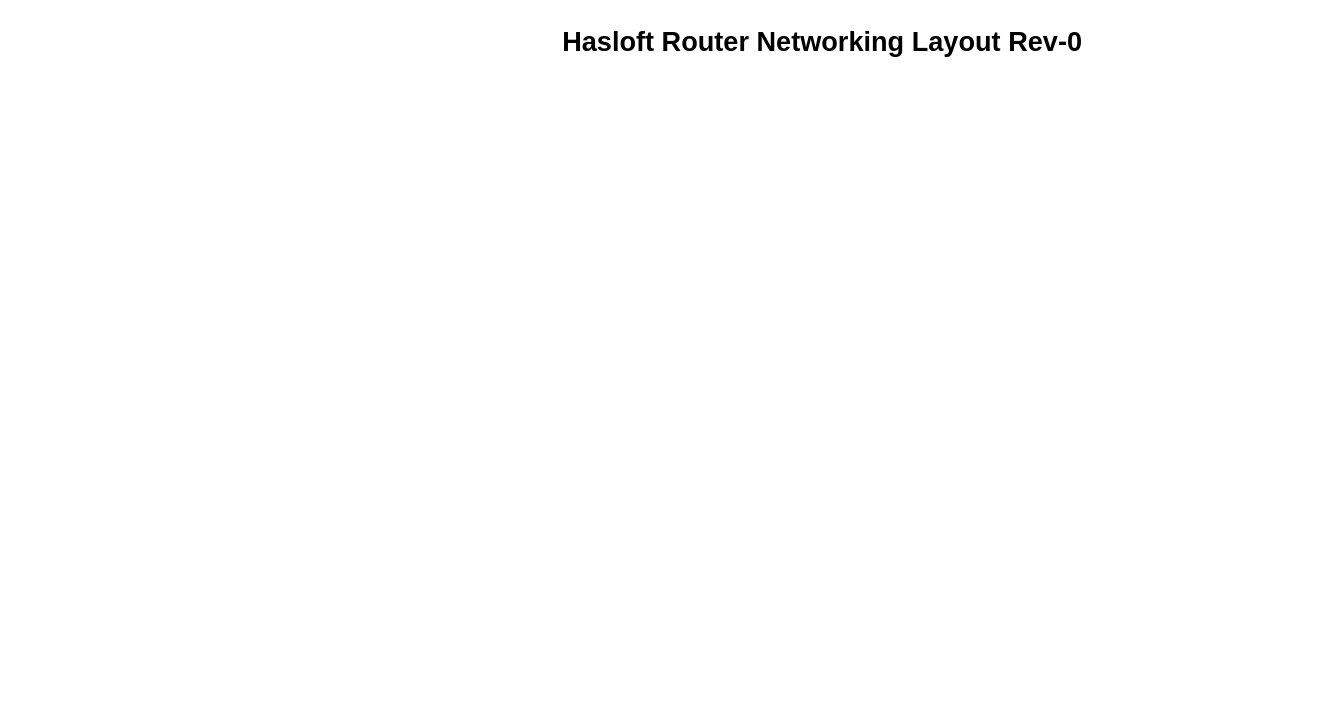
TheKrynski/Hasloft keeps this draw.io diagram as Networking_Layout_Draft-1.drawio. Above is the earlier version. Source tidied: cells renumbered, new cells numbered last; positions are measured from the earlier drawing's top-left corner, leaving out a move shared by most shapes. Both pictures are drawn from the tidied source at 113%, with x=0, y=0 at pixel (334, 19).
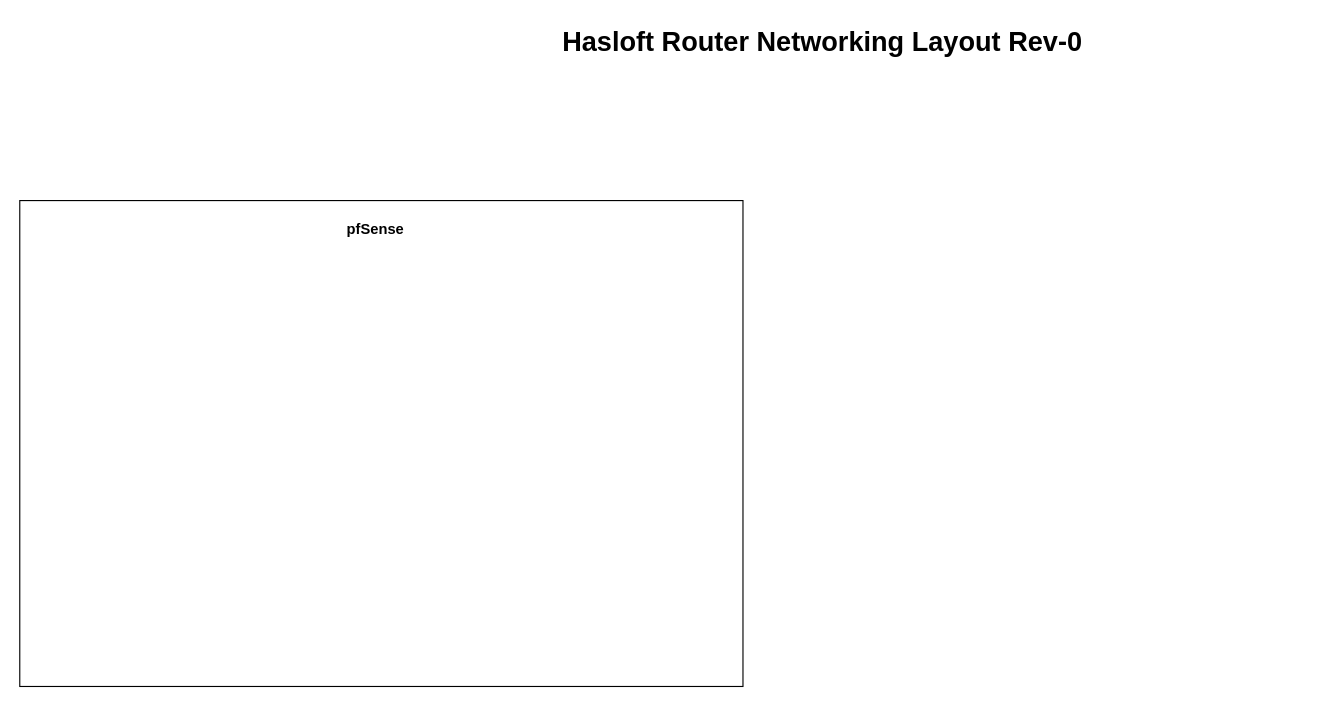
Above is the later version.

Change to the diagram source:
```diff
@@
 <mxGraphModel>
   <root>
     <mxCell id="0" />
     <mxCell id="1" parent="0" />
     <mxCell id="2" value="Hasloft Router Networking Layout Rev-0" style="text;strokeColor=none;fillColor=none;html=1;fontSize=24;fontStyle=1;verticalAlign=middle;align=center;" parent="1" vertex="1">
       <mxGeometry width="861" height="40" as="geometry" />
     </mxCell>
+    <mxCell id="3" style="group;" parent="1" vertex="1">
+      <mxGeometry x="-279" y="160" width="640" height="430" as="geometry" />
+    </mxCell>
+    <mxCell id="4" style="rounded=0;whiteSpace=wrap;html=1;" parent="3" vertex="1">
+      <mxGeometry width="640" height="430" as="geometry" />
+    </mxCell>
+    <mxCell id="5" value="pfSense" style="text;html=1;strokeColor=none;fillColor=none;align=center;verticalAlign=middle;whiteSpace=wrap;rounded=0;fontStyle=1;fontSize=13;" parent="3" vertex="1">
+      <mxGeometry x="290" y="10" width="50" height="30" as="geometry" />
+    </mxCell>
   </root>
 </mxGraphModel>
```
